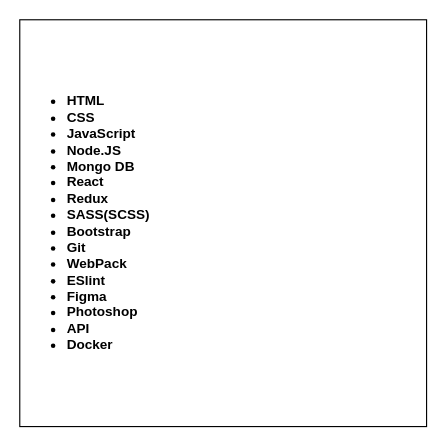
The draw.io diagram Untitled Diagram.drawio in vigonin83/vigonin83, before the edit. Source tidied: cells renumbered, new cells numbered last; positions are measured from the earlier drawing's top-left corner, leaving out a move shared by most shapes. Both pictures are drawn from the tidied source at 113%, with x=0, y=0 at pixel (19, 19).
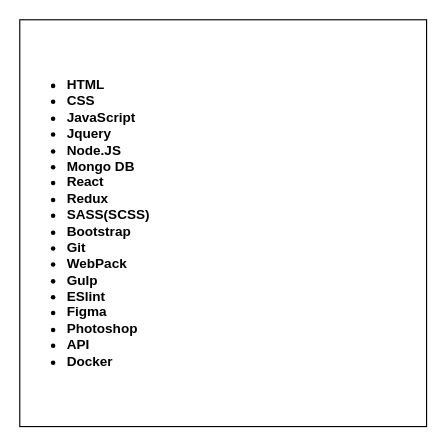
The same page after the edit.

Diff of the diagram source:
```diff
@@
 <mxGraphModel>
   <root>
     <mxCell id="0" />
     <mxCell id="1" parent="0" />
-    <mxCell id="2" value="&lt;ul&gt;&lt;li style=&quot;text-align: justify;&quot;&gt;&lt;b&gt;HTML&lt;/b&gt;&lt;/li&gt;&lt;li style=&quot;text-align: justify;&quot;&gt;&lt;b&gt;CSS&lt;/b&gt;&lt;/li&gt;&lt;li style=&quot;text-align: justify;&quot;&gt;&lt;b&gt;JavaScript&lt;/b&gt;&lt;/li&gt;&lt;li style=&quot;text-align: justify;&quot;&gt;&lt;b&gt;Node.JS&lt;/b&gt;&lt;/li&gt;&lt;li style=&quot;text-align: justify;&quot;&gt;&lt;b&gt;Mongo DB&lt;/b&gt;&lt;/li&gt;&lt;li style=&quot;text-align: justify;&quot;&gt;&lt;b&gt;React&lt;/b&gt;&lt;/li&gt;&lt;li style=&quot;text-align: justify;&quot;&gt;&lt;b&gt;Redux&lt;/b&gt;&lt;/li&gt;&lt;li style=&quot;text-align: justify;&quot;&gt;&lt;b&gt;SASS(SCSS)&lt;/b&gt;&lt;/li&gt;&lt;li style=&quot;text-align: justify;&quot;&gt;&lt;b&gt;Bootstrap&lt;/b&gt;&lt;/li&gt;&lt;li style=&quot;text-align: justify;&quot;&gt;&lt;b&gt;Git&lt;/b&gt;&lt;/li&gt;&lt;li style=&quot;text-align: justify;&quot;&gt;&lt;b&gt;WebPack&lt;/b&gt;&lt;/li&gt;&lt;li style=&quot;text-align: justify;&quot;&gt;&lt;b&gt;ESlint&lt;/b&gt;&lt;/li&gt;&lt;li style=&quot;text-align: justify;&quot;&gt;&lt;b&gt;Figma&lt;/b&gt;&lt;/li&gt;&lt;li style=&quot;text-align: justify;&quot;&gt;&lt;b&gt;Photoshop&lt;/b&gt;&lt;/li&gt;&lt;li style=&quot;text-align: justify;&quot;&gt;&lt;b&gt;API&lt;/b&gt;&lt;/li&gt;&lt;li style=&quot;text-align: justify;&quot;&gt;&lt;b&gt;Docker&lt;/b&gt;&lt;/li&gt;&lt;/ul&gt;" style="rounded=0;whiteSpace=wrap;html=1;align=left;" parent="1" vertex="1">
+    <mxCell id="2" value="&lt;ul&gt;&lt;li style=&quot;text-align: justify;&quot;&gt;&lt;b&gt;HTML&lt;/b&gt;&lt;/li&gt;&lt;li style=&quot;text-align: justify;&quot;&gt;&lt;b&gt;CSS&lt;/b&gt;&lt;/li&gt;&lt;li style=&quot;text-align: justify;&quot;&gt;&lt;b&gt;JavaScript&lt;/b&gt;&lt;/li&gt;&lt;li style=&quot;text-align: justify;&quot;&gt;&lt;b&gt;Jquery&lt;/b&gt;&lt;/li&gt;&lt;li style=&quot;text-align: justify;&quot;&gt;&lt;b&gt;Node.JS&lt;/b&gt;&lt;/li&gt;&lt;li style=&quot;text-align: justify;&quot;&gt;&lt;b&gt;Mongo DB&lt;/b&gt;&lt;/li&gt;&lt;li style=&quot;text-align: justify;&quot;&gt;&lt;b&gt;React&lt;/b&gt;&lt;/li&gt;&lt;li style=&quot;text-align: justify;&quot;&gt;&lt;b&gt;Redux&lt;/b&gt;&lt;/li&gt;&lt;li style=&quot;text-align: justify;&quot;&gt;&lt;b&gt;SASS(SCSS)&lt;/b&gt;&lt;/li&gt;&lt;li style=&quot;text-align: justify;&quot;&gt;&lt;b&gt;Bootstrap&lt;/b&gt;&lt;/li&gt;&lt;li style=&quot;text-align: justify;&quot;&gt;&lt;b&gt;Git&lt;/b&gt;&lt;/li&gt;&lt;li style=&quot;text-align: justify;&quot;&gt;&lt;b&gt;WebPack&lt;/b&gt;&lt;/li&gt;&lt;li style=&quot;text-align: justify;&quot;&gt;&lt;b&gt;Gulp&lt;/b&gt;&lt;/li&gt;&lt;li style=&quot;text-align: justify;&quot;&gt;&lt;b&gt;ESlint&lt;/b&gt;&lt;/li&gt;&lt;li style=&quot;text-align: justify;&quot;&gt;&lt;b&gt;Figma&lt;/b&gt;&lt;/li&gt;&lt;li style=&quot;text-align: justify;&quot;&gt;&lt;b&gt;Photoshop&lt;/b&gt;&lt;/li&gt;&lt;li style=&quot;text-align: justify;&quot;&gt;&lt;b&gt;API&lt;/b&gt;&lt;/li&gt;&lt;li style=&quot;text-align: justify;&quot;&gt;&lt;b&gt;Docker&lt;/b&gt;&lt;/li&gt;&lt;/ul&gt;" style="rounded=0;whiteSpace=wrap;html=1;align=left;" parent="1" vertex="1">
       <mxGeometry width="360" height="360" as="geometry" />
     </mxCell>
   </root>
 </mxGraphModel>
```
